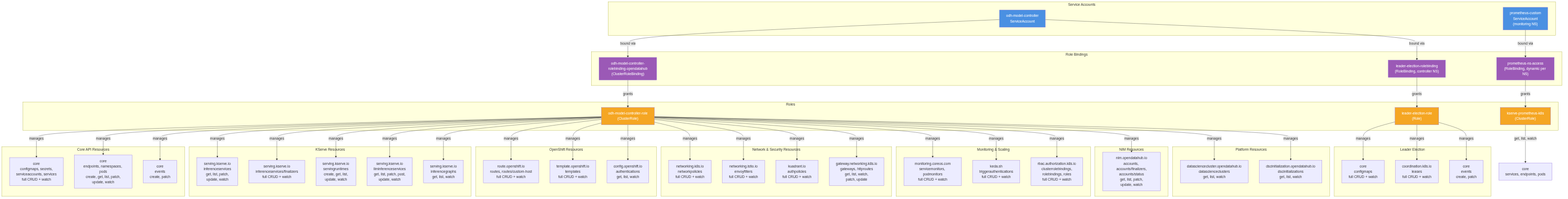
The Mermaid diagram architecture/rhoai-3.4-ea.1/diagrams/odh-model-controller-rbac.png in rhuss/architecture-context, before a commit. Its source is kept beside it as architecture/rhoai-3.4-ea.1/diagrams/odh-model-controller-rbac.mmd. Source of this version:
```mermaid

graph TD
    subgraph "Service Accounts"
        SA["odh-model-controller<br/>ServiceAccount"]
        PromSA["prometheus-custom<br/>ServiceAccount<br/>(monitoring NS)"]
    end

    subgraph "Role Bindings"
        CRB["odh-model-controller-rolebinding-opendatahub<br/>(ClusterRoleBinding)"]
        LEB["leader-election-rolebinding<br/>(RoleBinding, controller NS)"]
        PromRB["prometheus-ns-access<br/>(RoleBinding, dynamic per NS)"]
    end

    subgraph "Roles"
        CR["odh-model-controller-role<br/>(ClusterRole)"]
        LER["leader-election-role<br/>(Role)"]
        PromCR["kserve-prometheus-k8s<br/>(ClusterRole)"]
    end

    subgraph "Core API Resources"
        ConfigMaps["core<br/>configmaps, secrets,<br/>serviceaccounts, services<br/>full CRUD + watch"]
        Pods["core<br/>endpoints, namespaces, pods<br/>create, get, list, patch,<br/>update, watch"]
        Events["core<br/>events<br/>create, patch"]
    end

    subgraph "KServe Resources"
        IS["serving.kserve.io<br/>inferenceservices<br/>get, list, patch,<br/>update, watch"]
        ISFin["serving.kserve.io<br/>inferenceservices/finalizers<br/>full CRUD + watch"]
        SR["serving.kserve.io<br/>servingruntimes<br/>create, get, list,<br/>update, watch"]
        LLMIS["serving.kserve.io<br/>llminferenceservices<br/>get, list, patch, post,<br/>update, watch"]
        IG["serving.kserve.io<br/>inferencegraphs<br/>get, list, watch"]
    end

    subgraph "OpenShift Resources"
        Routes["route.openshift.io<br/>routes, routes/custom-host<br/>full CRUD + watch"]
        Templates["template.openshift.io<br/>templates<br/>full CRUD + watch"]
        AuthConfig["config.openshift.io<br/>authentications<br/>get, list, watch"]
    end

    subgraph "Network & Security Resources"
        NetPol["networking.k8s.io<br/>networkpolicies<br/>full CRUD + watch"]
        EnvoyFilter["networking.istio.io<br/>envoyfilters<br/>full CRUD + watch"]
        AuthPolicy["kuadrant.io<br/>authpolicies<br/>full CRUD + watch"]
        Gateway["gateway.networking.k8s.io<br/>gateways, httproutes<br/>get, list, watch,<br/>patch, update"]
    end

    subgraph "Monitoring & Scaling"
        SvcMon["monitoring.coreos.com<br/>servicemonitors, podmonitors<br/>full CRUD + watch"]
        TrigAuth["keda.sh<br/>triggerauthentications<br/>full CRUD + watch"]
        RBAC["rbac.authorization.k8s.io<br/>clusterrolebindings,<br/>rolebindings, roles<br/>full CRUD + watch"]
    end

    subgraph "NIM Resources"
        NIMAcct["nim.opendatahub.io<br/>accounts, accounts/finalizers,<br/>accounts/status<br/>get, list, patch,<br/>update, watch"]
    end

    subgraph "Platform Resources"
        DSC["datasciencecluster.opendatahub.io<br/>datascienceclusters<br/>get, list, watch"]
        DSCI["dscinitialization.opendatahub.io<br/>dscinitializations<br/>get, list, watch"]
    end

    subgraph "Leader Election"
        LEConfigMaps["core<br/>configmaps<br/>full CRUD + watch"]
        LELeases["coordination.k8s.io<br/>leases<br/>full CRUD + watch"]
        LEEvents["core<br/>events<br/>create, patch"]
    end

    SA -->|bound via| CRB
    SA -->|bound via| LEB
    PromSA -->|bound via| PromRB

    CRB -->|grants| CR
    LEB -->|grants| LER
    PromRB -->|grants| PromCR

    CR -->|manages| ConfigMaps
    CR -->|manages| Pods
    CR -->|manages| Events
    CR -->|manages| IS
    CR -->|manages| ISFin
    CR -->|manages| SR
    CR -->|manages| LLMIS
    CR -->|manages| IG
    CR -->|manages| Routes
    CR -->|manages| Templates
    CR -->|manages| AuthConfig
    CR -->|manages| NetPol
    CR -->|manages| EnvoyFilter
    CR -->|manages| AuthPolicy
    CR -->|manages| Gateway
    CR -->|manages| SvcMon
    CR -->|manages| TrigAuth
    CR -->|manages| RBAC
    CR -->|manages| NIMAcct
    CR -->|manages| DSC
    CR -->|manages| DSCI

    LER -->|manages| LEConfigMaps
    LER -->|manages| LELeases
    LER -->|manages| LEEvents

    PromCR -->|"get, list, watch"| PromResources["core<br/>services, endpoints, pods"]

    style SA fill:#4a90e2,color:#fff
    style PromSA fill:#4a90e2,color:#fff
    style CR fill:#f5a623,color:#fff
    style LER fill:#f5a623,color:#fff
    style PromCR fill:#f5a623,color:#fff
    style CRB fill:#9b59b6,color:#fff
    style LEB fill:#9b59b6,color:#fff
    style PromRB fill:#9b59b6,color:#fff
```
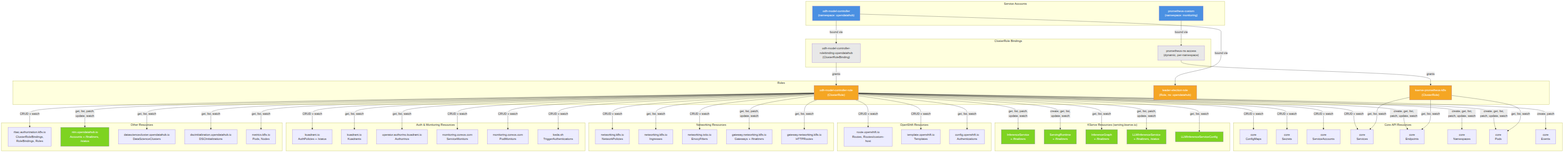
The same file after the commit.

What changed in the source:
```diff
@@ -1,111 +1,130 @@
 
 graph TD
     subgraph "Service Accounts"
-        SA["odh-model-controller<br/>ServiceAccount"]
-        PromSA["prometheus-custom<br/>ServiceAccount<br/>(monitoring NS)"]
+        SA["odh-model-controller<br/>(namespace: opendatahub)"]
+        PromSA["prometheus-custom<br/>(namespace: monitoring)"]
     end
 
-    subgraph "Role Bindings"
+    subgraph "ClusterRole Bindings"
         CRB["odh-model-controller-rolebinding-opendatahub<br/>(ClusterRoleBinding)"]
-        LEB["leader-election-rolebinding<br/>(RoleBinding, controller NS)"]
-        PromRB["prometheus-ns-access<br/>(RoleBinding, dynamic per NS)"]
+        PromCRB["prometheus-ns-access<br/>(dynamic, per-namespace)"]
     end
 
     subgraph "Roles"
         CR["odh-model-controller-role<br/>(ClusterRole)"]
-        LER["leader-election-role<br/>(Role)"]
+        LER["leader-election-role<br/>(Role, ns: opendatahub)"]
         PromCR["kserve-prometheus-k8s<br/>(ClusterRole)"]
     end
 
     subgraph "Core API Resources"
-        ConfigMaps["core<br/>configmaps, secrets,<br/>serviceaccounts, services<br/>full CRUD + watch"]
-        Pods["core<br/>endpoints, namespaces, pods<br/>create, get, list, patch,<br/>update, watch"]
-        Events["core<br/>events<br/>create, patch"]
+        ConfigMaps["core<br/>ConfigMaps"]
+        Secrets["core<br/>Secrets"]
+        ServiceAccounts["core<br/>ServiceAccounts"]
+        Services["core<br/>Services"]
+        Endpoints["core<br/>Endpoints"]
+        Namespaces["core<br/>Namespaces"]
+        Pods["core<br/>Pods"]
+        Events["core<br/>Events"]
     end
 
-    subgraph "KServe Resources"
-        IS["serving.kserve.io<br/>inferenceservices<br/>get, list, patch,<br/>update, watch"]
-        ISFin["serving.kserve.io<br/>inferenceservices/finalizers<br/>full CRUD + watch"]
-        SR["serving.kserve.io<br/>servingruntimes<br/>create, get, list,<br/>update, watch"]
-        LLMIS["serving.kserve.io<br/>llminferenceservices<br/>get, list, patch, post,<br/>update, watch"]
-        IG["serving.kserve.io<br/>inferencegraphs<br/>get, list, watch"]
+    subgraph "KServe Resources (serving.kserve.io)"
+        InferenceService["InferenceService<br/>+ /finalizers"]
+        ServingRuntime["ServingRuntime<br/>+ /finalizers"]
+        InferenceGraph["InferenceGraph<br/>+ /finalizers"]
+        LLMInferenceService["LLMInferenceService<br/>+ /finalizers, /status"]
+        LLMISConfig["LLMInferenceServiceConfig"]
     end
 
     subgraph "OpenShift Resources"
-        Routes["route.openshift.io<br/>routes, routes/custom-host<br/>full CRUD + watch"]
-        Templates["template.openshift.io<br/>templates<br/>full CRUD + watch"]
-        AuthConfig["config.openshift.io<br/>authentications<br/>get, list, watch"]
+        Routes["route.openshift.io<br/>Routes, Routes/custom-host"]
+        Templates["template.openshift.io<br/>Templates"]
+        Authentications["config.openshift.io<br/>Authentications"]
     end
 
-    subgraph "Network & Security Resources"
-        NetPol["networking.k8s.io<br/>networkpolicies<br/>full CRUD + watch"]
-        EnvoyFilter["networking.istio.io<br/>envoyfilters<br/>full CRUD + watch"]
-        AuthPolicy["kuadrant.io<br/>authpolicies<br/>full CRUD + watch"]
-        Gateway["gateway.networking.k8s.io<br/>gateways, httproutes<br/>get, list, watch,<br/>patch, update"]
+    subgraph "Networking Resources"
+        NetworkPolicies["networking.k8s.io<br/>NetworkPolicies"]
+        Ingresses["networking.k8s.io<br/>Ingresses"]
+        EnvoyFilters["networking.istio.io<br/>EnvoyFilters"]
+        Gateways["gateway.networking.k8s.io<br/>Gateways + /finalizers"]
+        HTTPRoutes["gateway.networking.k8s.io<br/>HTTPRoutes"]
     end
 
-    subgraph "Monitoring & Scaling"
-        SvcMon["monitoring.coreos.com<br/>servicemonitors, podmonitors<br/>full CRUD + watch"]
-        TrigAuth["keda.sh<br/>triggerauthentications<br/>full CRUD + watch"]
-        RBAC["rbac.authorization.k8s.io<br/>clusterrolebindings,<br/>rolebindings, roles<br/>full CRUD + watch"]
+    subgraph "Auth & Monitoring Resources"
+        AuthPolicies["kuadrant.io<br/>AuthPolicies + /status"]
+        Kuadrants["kuadrant.io<br/>Kuadrants"]
+        Authorinos["operator.authorino.kuadrant.io<br/>Authorinos"]
+        ServiceMonitors["monitoring.coreos.com<br/>ServiceMonitors"]
+        PodMonitors["monitoring.coreos.com<br/>PodMonitors"]
+        TriggerAuths["keda.sh<br/>TriggerAuthentications"]
     end
 
-    subgraph "NIM Resources"
-        NIMAcct["nim.opendatahub.io<br/>accounts, accounts/finalizers,<br/>accounts/status<br/>get, list, patch,<br/>update, watch"]
-    end
-
-    subgraph "Platform Resources"
-        DSC["datasciencecluster.opendatahub.io<br/>datascienceclusters<br/>get, list, watch"]
-        DSCI["dscinitialization.opendatahub.io<br/>dscinitializations<br/>get, list, watch"]
-    end
-
-    subgraph "Leader Election"
-        LEConfigMaps["core<br/>configmaps<br/>full CRUD + watch"]
-        LELeases["coordination.k8s.io<br/>leases<br/>full CRUD + watch"]
-        LEEvents["core<br/>events<br/>create, patch"]
+    subgraph "Other Resources"
+        RBAC["rbac.authorization.k8s.io<br/>ClusterRoleBindings,<br/>RoleBindings, Roles"]
+        NIMAccounts["nim.opendatahub.io<br/>Accounts + /finalizers, /status"]
+        DSC["datasciencecluster.opendatahub.io<br/>DataScienceClusters"]
+        DSCI["dscinitialization.opendatahub.io<br/>DSCInitializations"]
+        Metrics["metrics.k8s.io<br/>Pods, Nodes"]
     end
 
     SA -->|bound via| CRB
-    SA -->|bound via| LEB
-    PromSA -->|bound via| PromRB
+    CRB -->|grants| CR
+    SA -->|bound via| LER
 
-    CRB -->|grants| CR
-    LEB -->|grants| LER
-    PromRB -->|grants| PromCR
+    PromSA -->|bound via| PromCRB
+    PromCRB -->|grants| PromCR
 
-    CR -->|manages| ConfigMaps
-    CR -->|manages| Pods
-    CR -->|manages| Events
-    CR -->|manages| IS
-    CR -->|manages| ISFin
-    CR -->|manages| SR
-    CR -->|manages| LLMIS
-    CR -->|manages| IG
-    CR -->|manages| Routes
-    CR -->|manages| Templates
-    CR -->|manages| AuthConfig
-    CR -->|manages| NetPol
-    CR -->|manages| EnvoyFilter
-    CR -->|manages| AuthPolicy
-    CR -->|manages| Gateway
-    CR -->|manages| SvcMon
-    CR -->|manages| TrigAuth
-    CR -->|manages| RBAC
-    CR -->|manages| NIMAcct
-    CR -->|manages| DSC
-    CR -->|manages| DSCI
+    CR -->|"CRUD + watch"| ConfigMaps
+    CR -->|"CRUD + watch"| Secrets
+    CR -->|"CRUD + watch"| ServiceAccounts
+    CR -->|"CRUD + watch"| Services
+    CR -->|"create, get, list,<br/>patch, update, watch"| Endpoints
+    CR -->|"create, get, list,<br/>patch, update, watch"| Namespaces
+    CR -->|"create, get, list,<br/>patch, update, watch"| Pods
+    CR -->|"create, patch"| Events
 
-    LER -->|manages| LEConfigMaps
-    LER -->|manages| LELeases
-    LER -->|manages| LEEvents
+    CR -->|"get, list, patch,<br/>update, watch"| InferenceService
+    CR -->|"create, get, list,<br/>update, watch"| ServingRuntime
+    CR -->|"get, list, watch"| InferenceGraph
+    CR -->|"get, list, patch,<br/>update, watch"| LLMInferenceService
+    CR -->|"get, list, watch"| LLMISConfig
 
-    PromCR -->|"get, list, watch"| PromResources["core<br/>services, endpoints, pods"]
+    CR -->|"CRUD + watch"| Routes
+    CR -->|"CRUD + watch"| Templates
+    CR -->|"get, list, watch"| Authentications
+
+    CR -->|"CRUD + watch"| NetworkPolicies
+    CR -->|"get, list, watch"| Ingresses
+    CR -->|"CRUD + watch"| EnvoyFilters
+    CR -->|"get, list, patch,<br/>update, watch"| Gateways
+    CR -->|"get, list, watch"| HTTPRoutes
+
+    CR -->|"CRUD + watch"| AuthPolicies
+    CR -->|"get, list, watch"| Kuadrants
+    CR -->|"get, list, watch"| Authorinos
+    CR -->|"CRUD + watch"| ServiceMonitors
+    CR -->|"CRUD + watch"| PodMonitors
+    CR -->|"CRUD + watch"| TriggerAuths
+
+    CR -->|"CRUD + watch"| RBAC
+    CR -->|"get, list, patch,<br/>update, watch"| NIMAccounts
+    CR -->|"get, list, watch"| DSC
+    CR -->|"get, list, watch"| DSCI
+    CR -->|"get, list, watch"| Metrics
+
+    PromCR -->|"get, list, watch"| Services
+    PromCR -->|"get, list, watch"| Endpoints
+    PromCR -->|"get, list, watch"| Pods
 
     style SA fill:#4a90e2,color:#fff
     style PromSA fill:#4a90e2,color:#fff
     style CR fill:#f5a623,color:#fff
     style LER fill:#f5a623,color:#fff
     style PromCR fill:#f5a623,color:#fff
-    style CRB fill:#9b59b6,color:#fff
-    style LEB fill:#9b59b6,color:#fff
-    style PromRB fill:#9b59b6,color:#fff
+    style CRB fill:#e8e8e8
+    style PromCRB fill:#e8e8e8
+    style InferenceService fill:#7ed321,color:#fff
+    style ServingRuntime fill:#7ed321,color:#fff
+    style InferenceGraph fill:#7ed321,color:#fff
+    style LLMInferenceService fill:#7ed321,color:#fff
+    style LLMISConfig fill:#7ed321,color:#fff
+    style NIMAccounts fill:#7ed321,color:#fff
```
